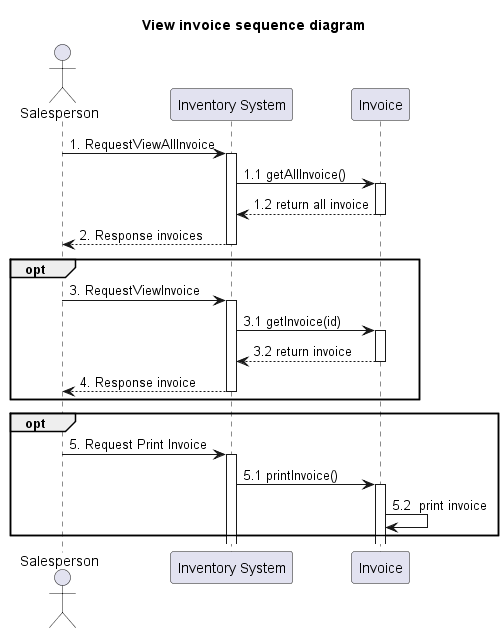
Above: out/system-analysis/sequence/_5_1_sequence-view-invoice/_5_1_sequence-view-invoice.png in billowdev/inventory-system-plantuml-sequelize-seeder-example (PlantUML), before the change.
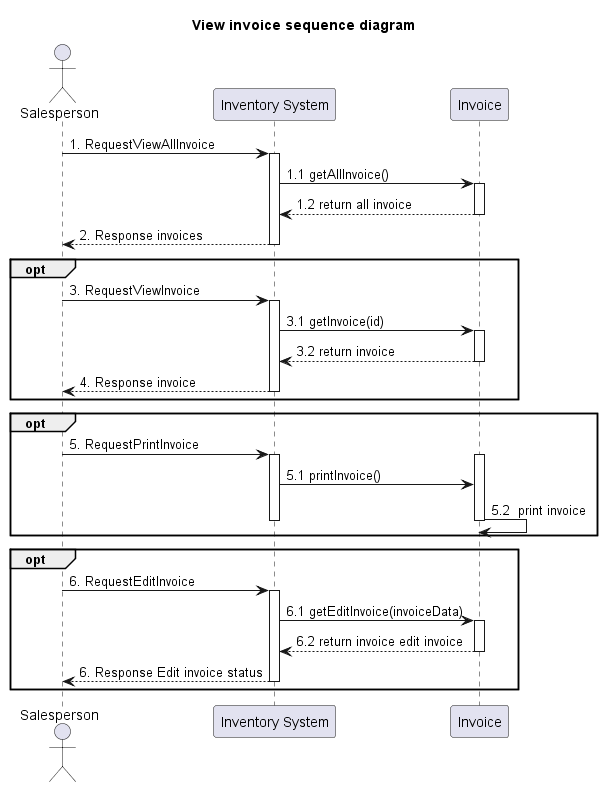
The same diagram one commit later.

Commit message:
update view invoice

The edit, as a diff of the source:
```diff
@@ -29,27 +29,37 @@
 classInvoice --> InventorySystem: 3.2 return invoice
 deactivate classInvoice
 
-
-
 InventorySystem --> actorSalesperson : 4. Response invoice
-
 deactivate InventorySystem
 end
 
 
 opt
-actorSalesperson -> InventorySystem : 5. Request Print Invoice
-
+actorSalesperson -> InventorySystem : 5. RequestPrintInvoice
 activate InventorySystem
 
+activate classInvoice
 InventorySystem -> classInvoice : 5.1 printInvoice()
-activate classInvoice
 
 classInvoice -> classInvoice : 5.2  print invoice
+deactivate classInvoice
+deactivate InventorySystem
 
 end
 
+opt
+actorSalesperson -> InventorySystem: 6. RequestEditInvoice
+activate InventorySystem
 
+InventorySystem -> classInvoice: 6.1 getEditInvoice(invoiceData)
+activate classInvoice
+
+classInvoice --> InventorySystem: 6.2 return invoice edit invoice
+deactivate classInvoice
+
+InventorySystem --> actorSalesperson : 6. Response Edit invoice status
+deactivate InventorySystem
+end
 
 
 @enduml
```
